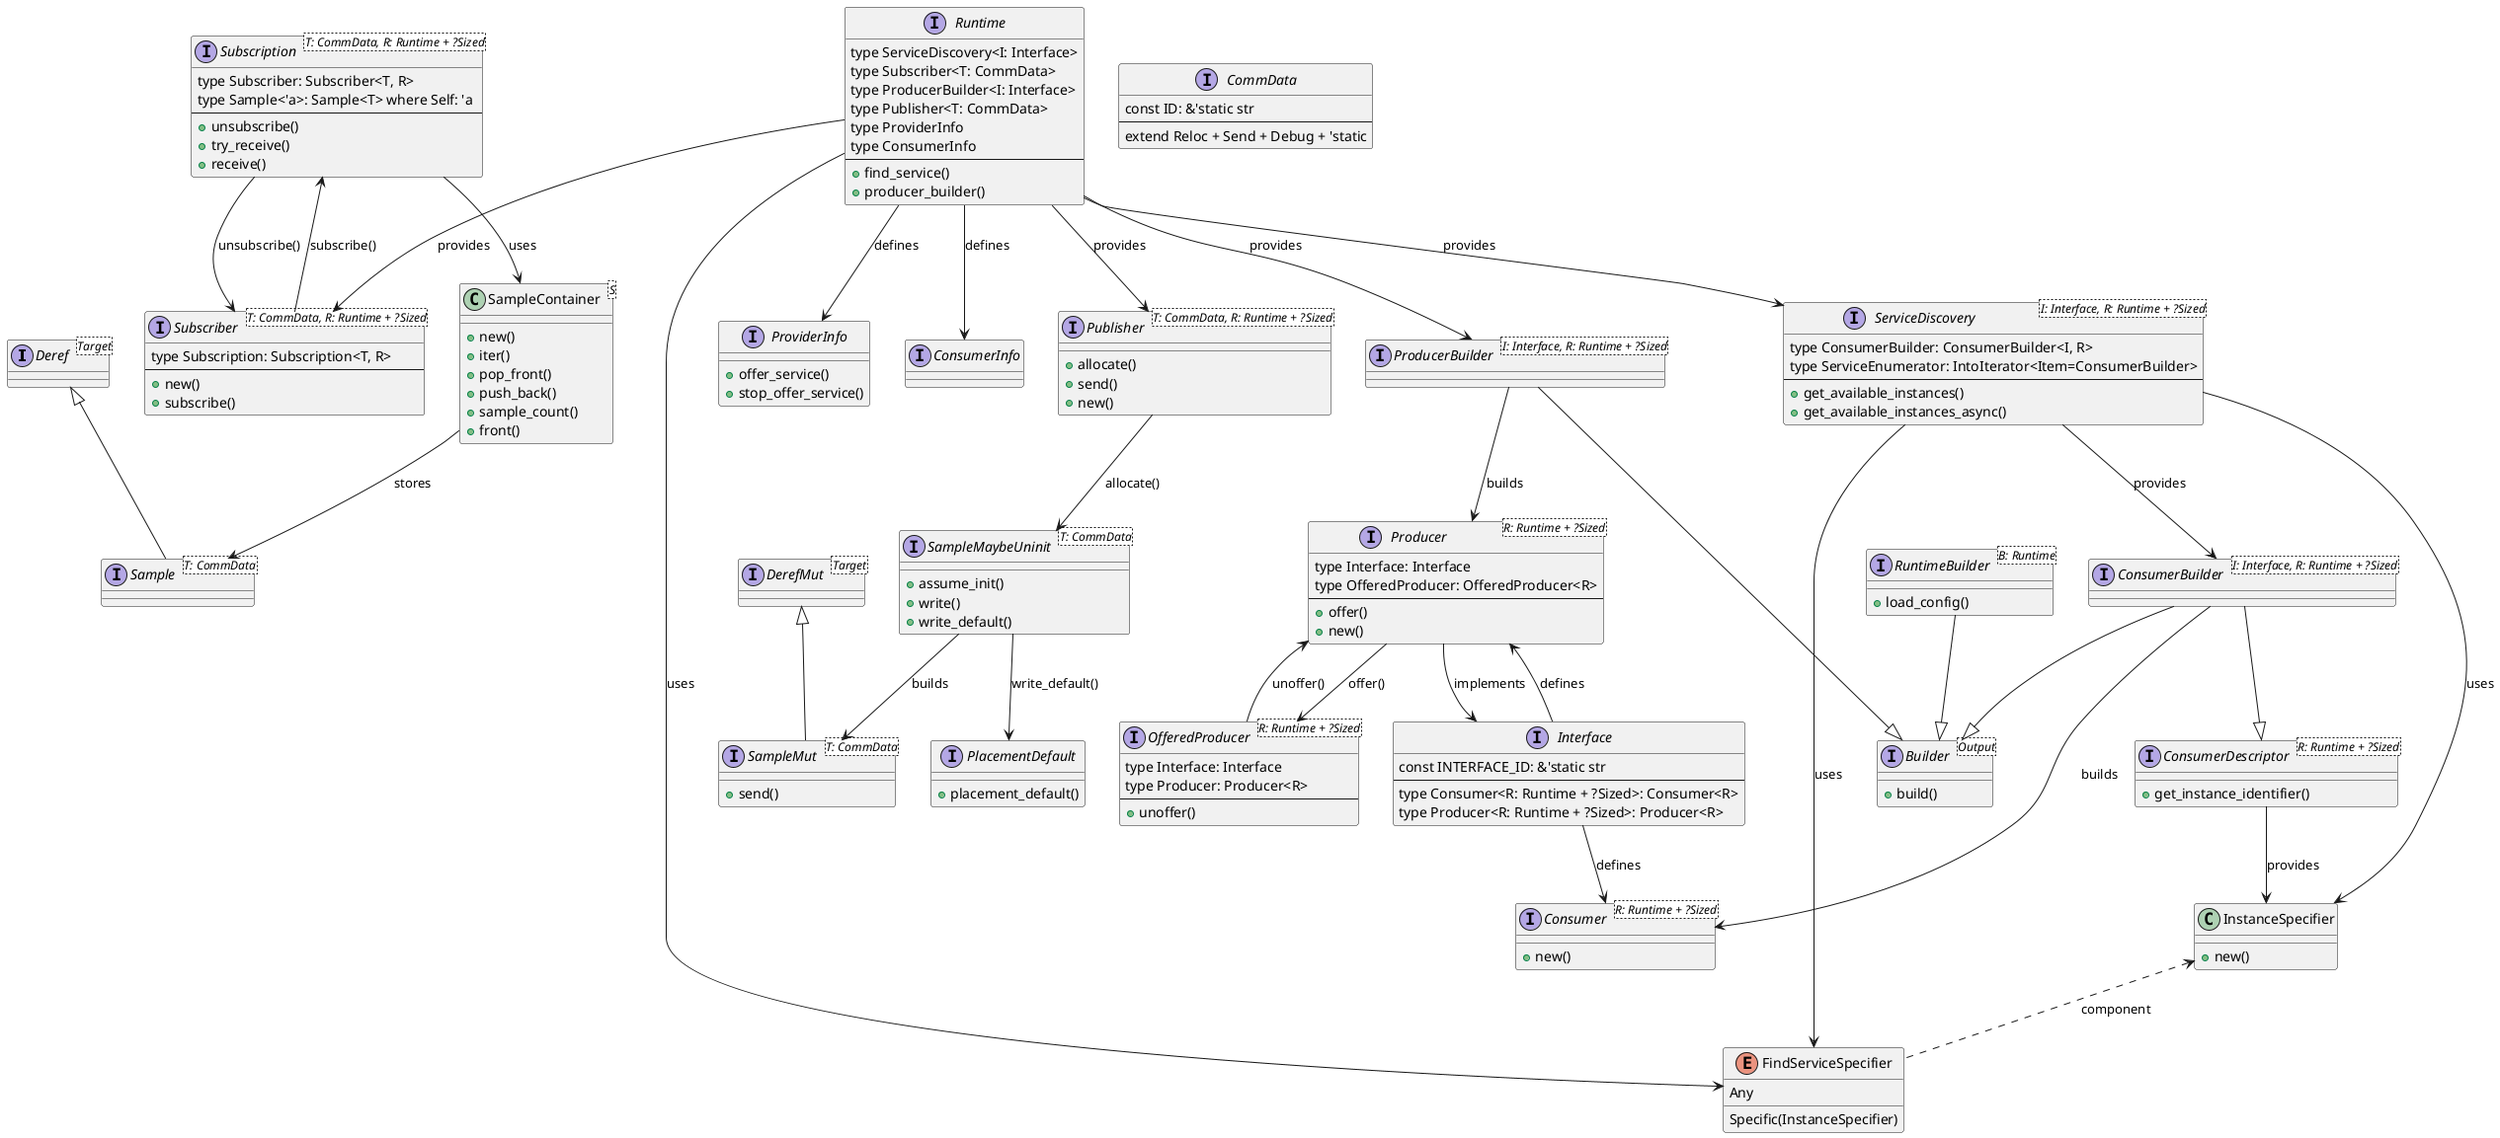
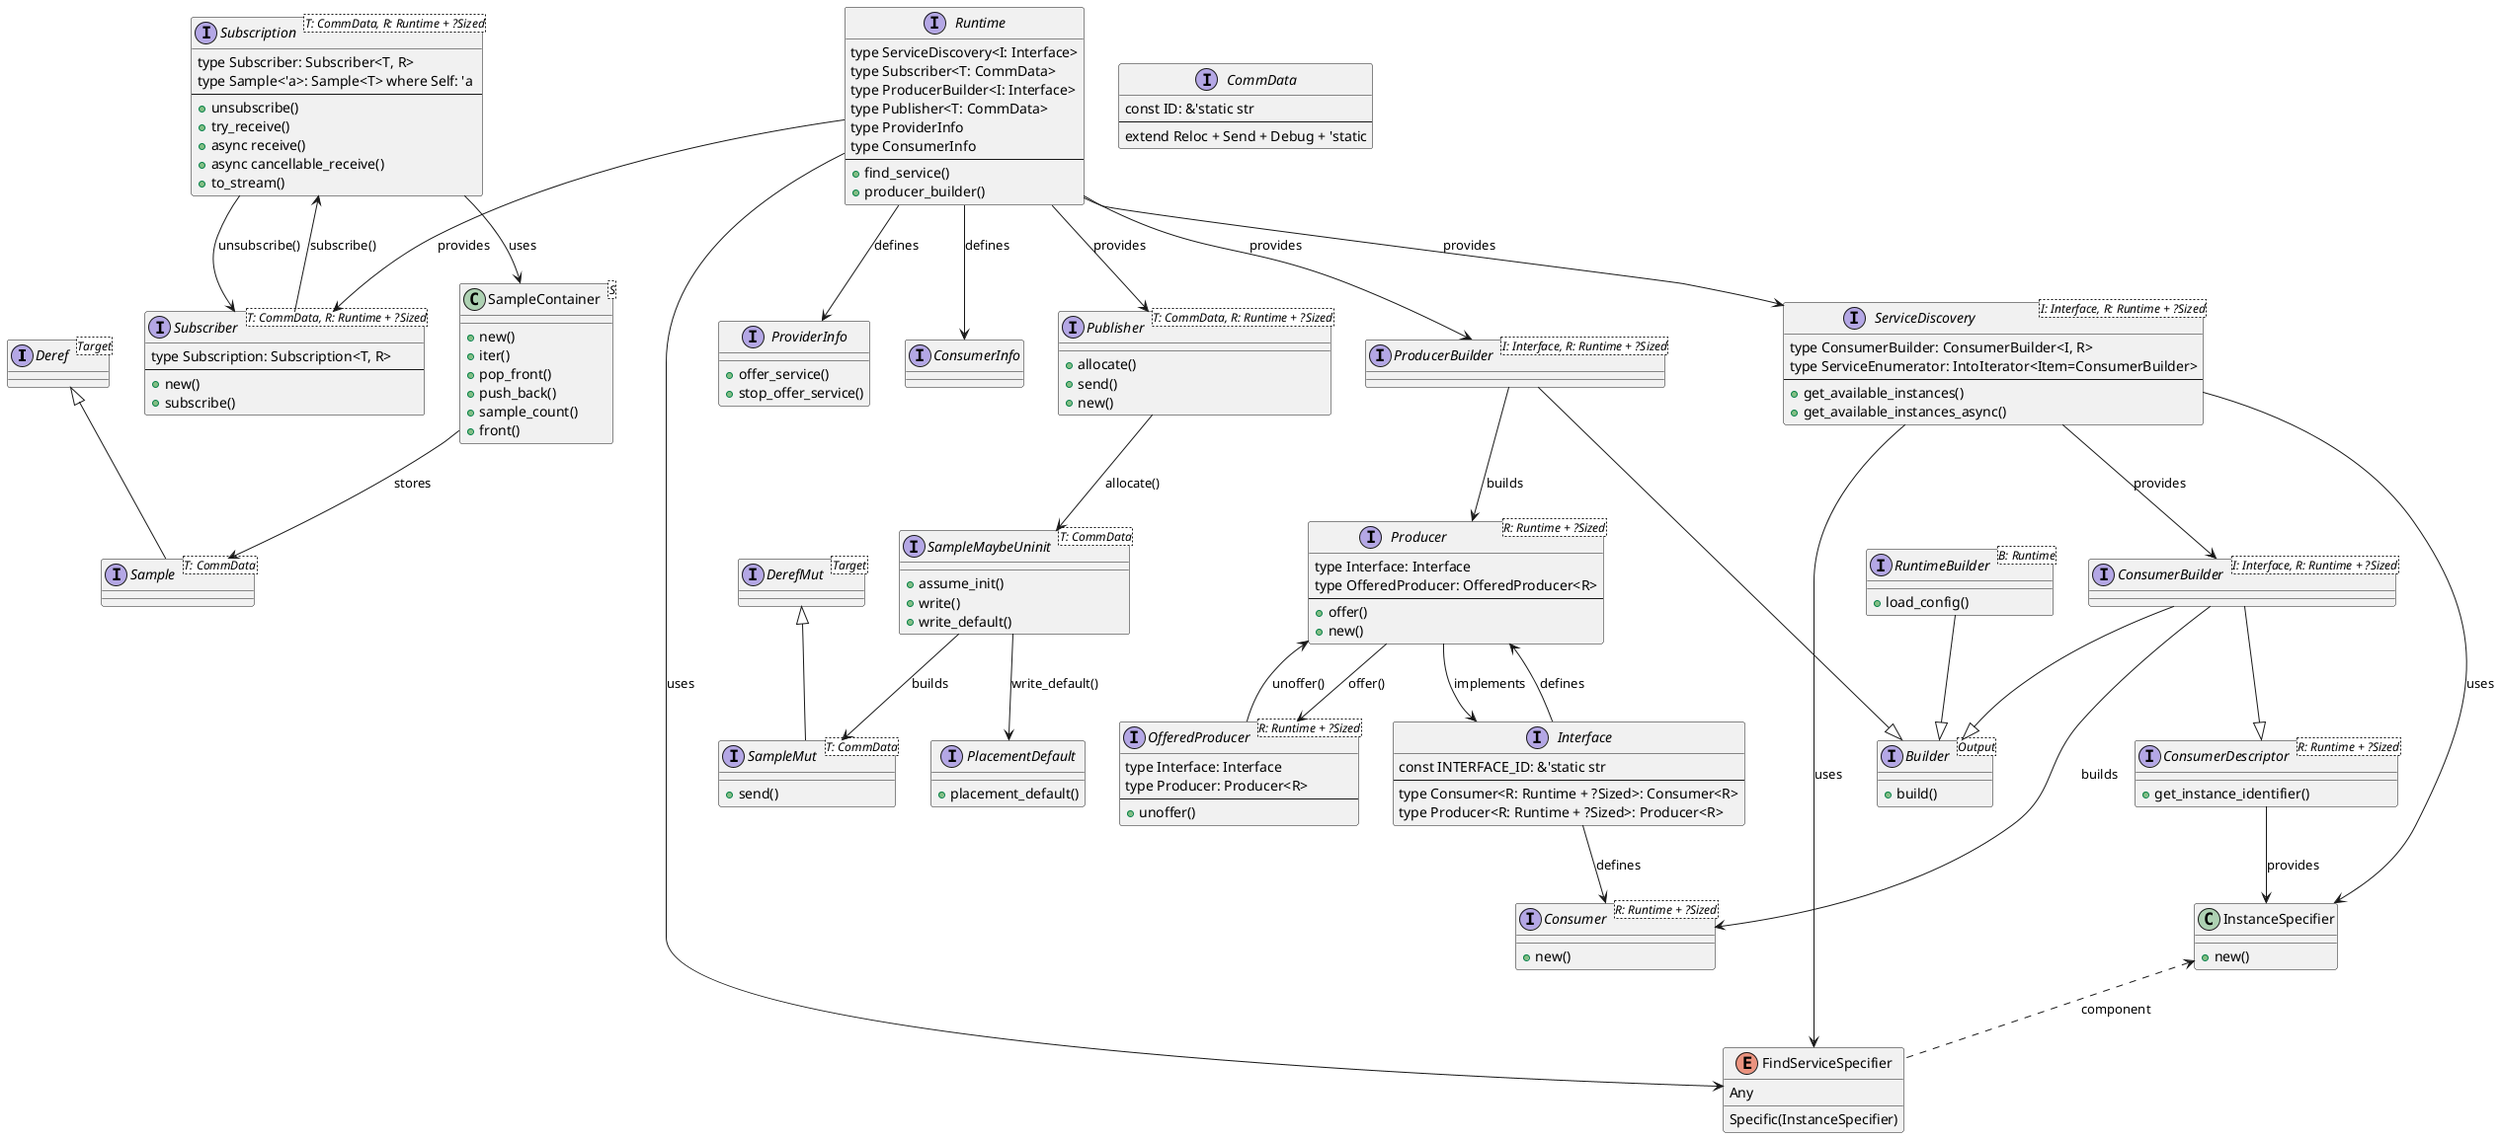
@startuml

' Copyright (c) 2025 Contributors to the Eclipse Foundation
'
' See the NOTICE file(s) distributed with this work for additional
' information regarding copyright ownership.
'
' This program and the accompanying materials are made available under the
' terms of the Apache License Version 2.0 which is available at
' <https://www.apache.org/licenses/LICENSE-2.0>
'
' SPDX-License-Identifier: Apache-2.0

interface Deref<Target>

interface DerefMut<Target>

interface Builder<Output>{
    + build()
}

interface CommData {
    const ID: &'static str
    ---
    extend Reloc + Send + Debug + 'static
}

class InstanceSpecifier{
    + new()
}

enum FindServiceSpecifier {
    Specific(InstanceSpecifier)
    Any
}

interface Runtime {
    type ServiceDiscovery<I: Interface>
    type Subscriber<T: CommData>
    type ProducerBuilder<I: Interface>
    type Publisher<T: CommData>
    type ProviderInfo
    type ConsumerInfo
    ---
    + find_service()
    + producer_builder()
}

interface RuntimeBuilder<B: Runtime> {
    + load_config()
}

interface ProviderInfo {
    + offer_service()
    + stop_offer_service()
}

interface ConsumerInfo

interface Sample<T: CommData>

interface SampleMut<T: CommData> {
    + send()
}

interface SampleMaybeUninit<T: CommData> {
    + assume_init()
    + write()
    + write_default()
}

interface PlacementDefault {
    + placement_default()
}

interface Producer<R: Runtime + ?Sized> {
    type Interface: Interface
    type OfferedProducer: OfferedProducer<R>
    ---
    + offer()
    + new()
}

interface OfferedProducer<R: Runtime + ?Sized> {
    type Interface: Interface
    type Producer: Producer<R>
    ---
    + unoffer()
}

interface ProducerBuilder<I: Interface, R: Runtime + ?Sized>

interface Publisher<T: CommData, R: Runtime + ?Sized> {
    + allocate()
    + send()
    + new()
}

interface Interface {
    const INTERFACE_ID: &'static str
    ---
    type Consumer<R: Runtime + ?Sized>: Consumer<R>
    type Producer<R: Runtime + ?Sized>: Producer<R>
}

interface Consumer<R: Runtime + ?Sized> {
    + new()
}

interface ServiceDiscovery<I: Interface, R: Runtime + ?Sized> {
    type ConsumerBuilder: ConsumerBuilder<I, R>
    type ServiceEnumerator: IntoIterator<Item=ConsumerBuilder>
    ---
    + get_available_instances()
    + get_available_instances_async()
}

interface ConsumerDescriptor<R: Runtime + ?Sized> {
    + get_instance_identifier()
}

interface ConsumerBuilder<I: Interface, R: Runtime + ?Sized>

interface Subscriber<T: CommData, R: Runtime + ?Sized> {
    type Subscription: Subscription<T, R>
    ---
    + new()
    + subscribe()
}

interface Subscription<T: CommData, R: Runtime + ?Sized> {
    type Subscriber: Subscriber<T, R>
    type Sample<'a>: Sample<T> where Self: 'a
    ---
    + unsubscribe()
    + try_receive()
-     + receive()
+     + async receive()
+     + async cancellable_receive()
+     + to_stream()
}

class SampleContainer<S> {
    + new()
    + iter()
    + pop_front()
    + push_back()
    + sample_count()
    + front()
}

Runtime --> ServiceDiscovery : provides
Runtime --> Subscriber : provides
Runtime --> ProducerBuilder : provides
Runtime --> Publisher : provides
Runtime --> ProviderInfo : defines
Runtime --> ConsumerInfo : defines
Runtime --> FindServiceSpecifier : uses

RuntimeBuilder --|> Builder

InstanceSpecifier <.. FindServiceSpecifier : component

Producer --> Interface : implements
Producer --> OfferedProducer : offer()
OfferedProducer --> Producer : unoffer()

ProducerBuilder --|> Builder
ProducerBuilder --> Producer : builds

Publisher --> SampleMaybeUninit : allocate()

Interface --> Producer : defines
Interface --> Consumer : defines

ServiceDiscovery --> ConsumerBuilder : provides
ServiceDiscovery --> InstanceSpecifier : uses
ServiceDiscovery --> FindServiceSpecifier : uses

ConsumerBuilder --|> ConsumerDescriptor
ConsumerBuilder --|> Builder
ConsumerBuilder --> Consumer : builds

ConsumerDescriptor --> InstanceSpecifier : provides

Subscriber --> Subscription : subscribe()
Subscription --> Subscriber : unsubscribe()
Subscription --> SampleContainer : uses
SampleContainer --> Sample : stores

Deref <|-- Sample
DerefMut <|-- SampleMut

SampleMaybeUninit --> SampleMut : builds
SampleMaybeUninit --> PlacementDefault : write_default()

@enduml
